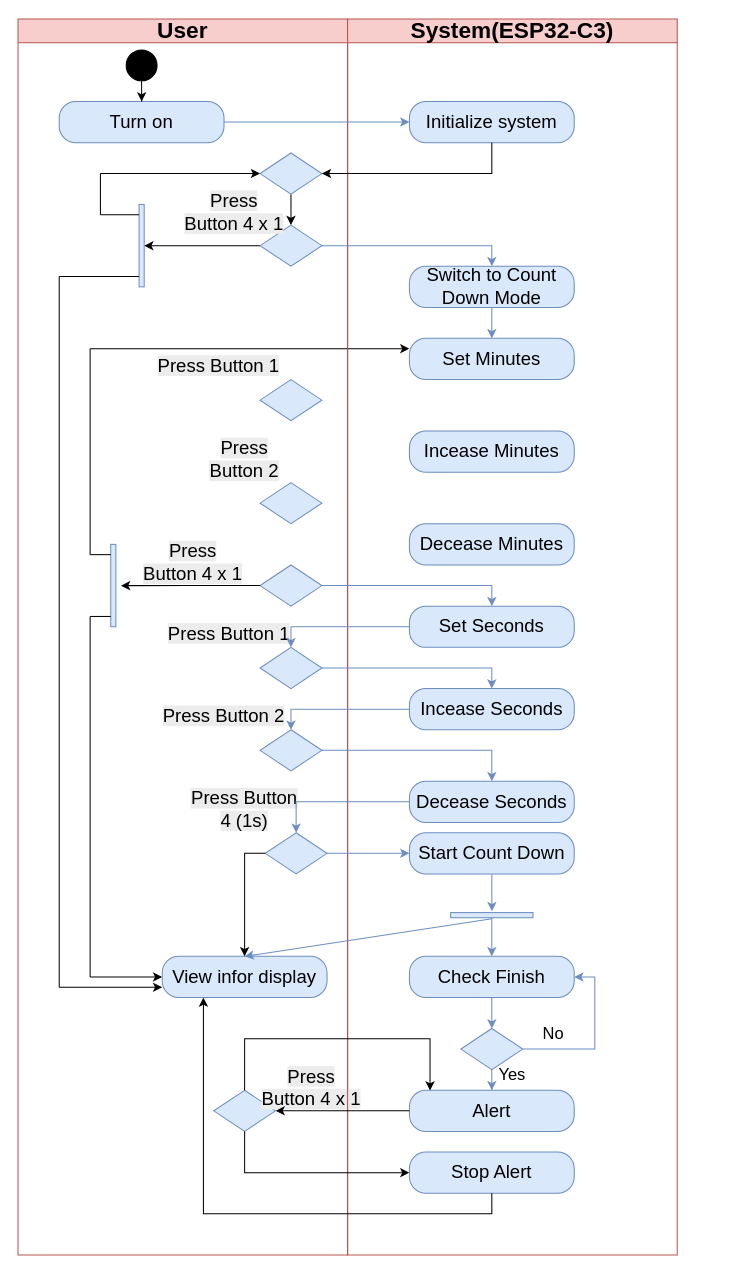
Above: page "Activity Count Down Diagram" (12 of 17) of UML.drawio in 106210049/CK_RTOS (draw.io), before the change. Source tidied: cells renumbered, new cells numbered last; positions are measured from the earlier drawing's top-left corner, leaving out a move shared by most shapes. Both pictures are drawn from the tidied source at 103%, with x=0, y=0 at pixel (18, 19).
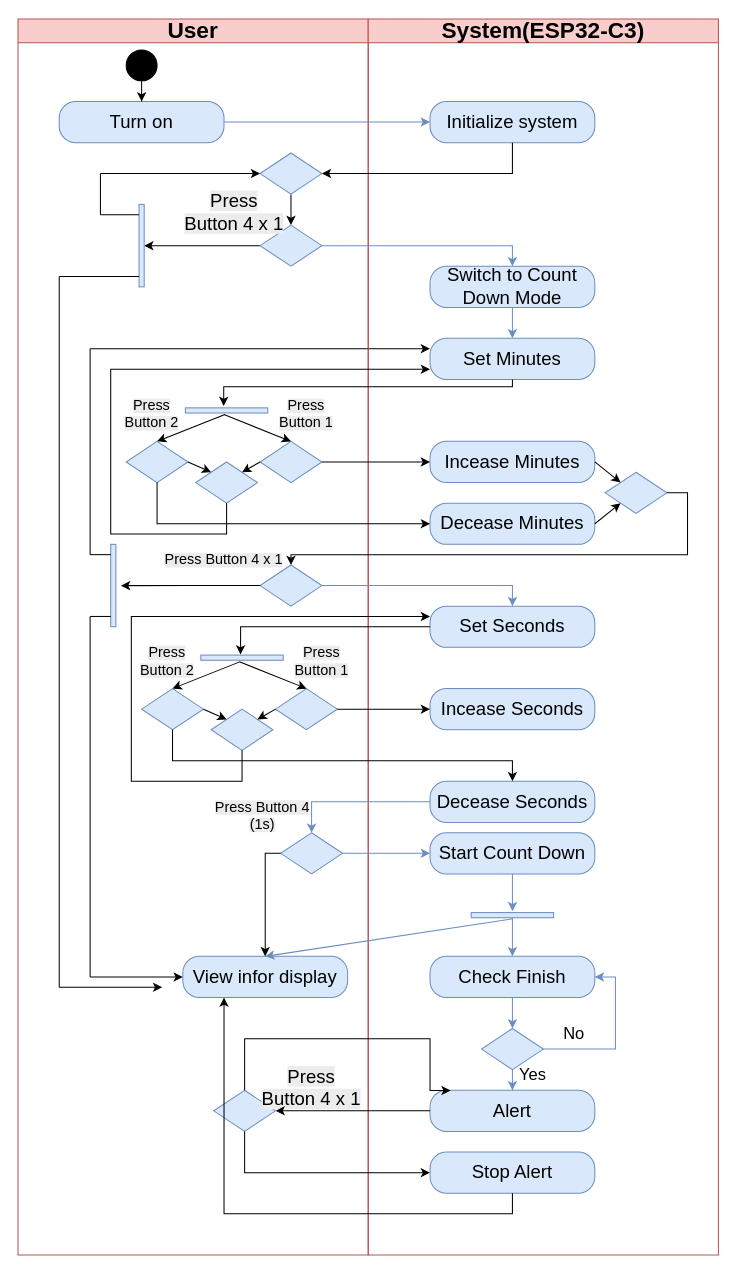
The same diagram, later.

The change refers to these unchanged cells:
```xml
<mxCell id="13" style="rhombus;whiteSpace=wrap;html=1;fillColor=#dae8fc;strokeColor=#6c8ebf;fontSize=18;" parent="2" vertex="1">
  <mxGeometry x="235" y="530" width="60" height="40" as="geometry" />
</mxCell>
<mxCell id="44" value="View infor display" style="rounded=1;whiteSpace=wrap;html=1;arcSize=40;fillColor=#dae8fc;strokeColor=#6c8ebf;fontSize=18;" parent="40" vertex="1">
  <mxGeometry x="-180" y="910" width="160" height="40" as="geometry" />
</mxCell>
<mxCell id="46" value="&lt;font&gt;Set Seconds&lt;/font&gt;" style="rounded=1;whiteSpace=wrap;html=1;arcSize=40;fillColor=#dae8fc;strokeColor=#6c8ebf;fontSize=18;" parent="40" vertex="1">
  <mxGeometry x="60" y="570" width="160" height="40" as="geometry" />
</mxCell>
<mxCell id="47" value="&lt;font&gt;Incease Seconds&lt;/font&gt;" style="rounded=1;whiteSpace=wrap;html=1;arcSize=40;fillColor=#dae8fc;strokeColor=#6c8ebf;fontSize=18;" parent="40" vertex="1">
  <mxGeometry x="60" y="650" width="160" height="40" as="geometry" />
</mxCell>
<mxCell id="48" value="&lt;font&gt;Decease Seconds&lt;/font&gt;" style="rounded=1;whiteSpace=wrap;html=1;arcSize=40;fillColor=#dae8fc;strokeColor=#6c8ebf;fontSize=18;" parent="40" vertex="1">
  <mxGeometry x="60" y="740" width="160" height="40" as="geometry" />
</mxCell>
<mxCell id="64" value="&lt;font&gt;Set Minutes&lt;/font&gt;" style="rounded=1;whiteSpace=wrap;html=1;arcSize=40;fillColor=#dae8fc;strokeColor=#6c8ebf;fontSize=18;" parent="40" vertex="1">
  <mxGeometry x="60" y="310" width="160" height="40" as="geometry" />
</mxCell>
```

The edit, as a diff of the source:
```diff
@@
     <mxCell id="2" value="&lt;font style=&quot;font-size: 22px;&quot;&gt;User&lt;/font&gt;" style="swimlane;whiteSpace=wrap;html=1;fillColor=#f8cecc;strokeColor=#b85450;" parent="1" vertex="1">
-      <mxGeometry width="320" height="1200" as="geometry" />
+      <mxGeometry width="340" height="1200" as="geometry" />
     </mxCell>
@@
     <mxCell id="9" style="rhombus;whiteSpace=wrap;html=1;fillColor=#dae8fc;strokeColor=#6c8ebf;fontSize=18;" parent="2" vertex="1">
-      <mxGeometry x="235" y="350" width="60" height="40" as="geometry" />
+      <mxGeometry x="105" y="410" width="60" height="40" as="geometry" />
     </mxCell>
-    <mxCell id="10" value="&lt;span style=&quot;color: rgb(0, 0, 0); font-family: Helvetica; font-size: 18px; font-style: normal; font-variant-ligatures: normal; font-variant-caps: normal; font-weight: 400; letter-spacing: normal; orphans: 2; text-indent: 0px; text-transform: none; widows: 2; word-spacing: 0px; -webkit-text-stroke-width: 0px; white-space: normal; background-color: rgb(236, 236, 236); text-decoration-thickness: initial; text-decoration-style: initial; text-decoration-color: initial; float: none; display: inline !important;&quot;&gt;Press Button 1&lt;/span&gt;" style="text;whiteSpace=wrap;html=1;align=center;" parent="2" vertex="1">
-      <mxGeometry x="130" y="320" width="130" height="40" as="geometry" />
-    </mxCell>
     <mxCell id="11" style="rhombus;whiteSpace=wrap;html=1;fillColor=#dae8fc;strokeColor=#6c8ebf;fontSize=18;" parent="2" vertex="1">
-      <mxGeometry x="235" y="450" width="60" height="40" as="geometry" />
+      <mxGeometry x="235" y="410" width="60" height="40" as="geometry" />
     </mxCell>
-    <mxCell id="12" value="&lt;span style=&quot;color: rgb(0, 0, 0); font-family: Helvetica; font-size: 18px; font-style: normal; font-variant-ligatures: normal; font-variant-caps: normal; font-weight: 400; letter-spacing: normal; orphans: 2; text-indent: 0px; text-transform: none; widows: 2; word-spacing: 0px; -webkit-text-stroke-width: 0px; white-space: normal; background-color: rgb(236, 236, 236); text-decoration-thickness: initial; text-decoration-style: initial; text-decoration-color: initial; float: none; display: inline !important;&quot;&gt;Press Button 2&lt;/span&gt;" style="text;whiteSpace=wrap;html=1;align=center;" parent="2" vertex="1">
-      <mxGeometry x="170" y="400" width="100" height="60" as="geometry" />
-    </mxCell>
@@
-    <mxCell id="14" value="&lt;span style=&quot;color: rgb(0, 0, 0); font-family: Helvetica; font-size: 18px; font-style: normal; font-variant-ligatures: normal; font-variant-caps: normal; font-weight: 400; letter-spacing: normal; orphans: 2; text-indent: 0px; text-transform: none; widows: 2; word-spacing: 0px; -webkit-text-stroke-width: 0px; white-space: normal; background-color: rgb(236, 236, 236); text-decoration-thickness: initial; text-decoration-style: initial; text-decoration-color: initial; float: none; display: inline !important;&quot;&gt;Press Button 4 x 1&lt;/span&gt;" style="text;whiteSpace=wrap;html=1;align=center;" parent="2" vertex="1">
-      <mxGeometry x="120" y="500" width="100" height="40" as="geometry" />
+    <mxCell id="14" value="&lt;span style=&quot;color: rgb(0, 0, 0); font-family: Helvetica; font-style: normal; font-variant-ligatures: normal; font-variant-caps: normal; font-weight: 400; letter-spacing: normal; orphans: 2; text-indent: 0px; text-transform: none; widows: 2; word-spacing: 0px; -webkit-text-stroke-width: 0px; white-space: normal; background-color: rgb(236, 236, 236); text-decoration-thickness: initial; text-decoration-style: initial; text-decoration-color: initial; float: none; display: inline !important;&quot;&gt;&lt;font style=&quot;font-size: 14px;&quot;&gt;Press Button 4 x 1&lt;/font&gt;&lt;/span&gt;" style="text;whiteSpace=wrap;html=1;align=center;" parent="2" vertex="1">
+      <mxGeometry x="140" y="510" width="120" height="30" as="geometry" />
     </mxCell>
-    <mxCell id="15" style="rhombus;whiteSpace=wrap;html=1;fillColor=#dae8fc;strokeColor=#6c8ebf;fontSize=18;" parent="2" vertex="1">
-      <mxGeometry x="235" y="610" width="60" height="40" as="geometry" />
-    </mxCell>
-    <mxCell id="16" value="&lt;span style=&quot;color: rgb(0, 0, 0); font-family: Helvetica; font-size: 18px; font-style: normal; font-variant-ligatures: normal; font-variant-caps: normal; font-weight: 400; letter-spacing: normal; orphans: 2; text-indent: 0px; text-transform: none; widows: 2; word-spacing: 0px; -webkit-text-stroke-width: 0px; white-space: normal; background-color: rgb(236, 236, 236); text-decoration-thickness: initial; text-decoration-style: initial; text-decoration-color: initial; float: none; display: inline !important;&quot;&gt;Press Button 1&lt;/span&gt;" style="text;whiteSpace=wrap;html=1;align=center;" parent="2" vertex="1">
-      <mxGeometry x="135" y="580" width="140" height="40" as="geometry" />
-    </mxCell>
-    <mxCell id="17" style="rhombus;whiteSpace=wrap;html=1;fillColor=#dae8fc;strokeColor=#6c8ebf;fontSize=18;" parent="2" vertex="1">
-      <mxGeometry x="235" y="690" width="60" height="40" as="geometry" />
-    </mxCell>
-    <mxCell id="18" value="&lt;span style=&quot;color: rgb(0, 0, 0); font-family: Helvetica; font-size: 18px; font-style: normal; font-variant-ligatures: normal; font-variant-caps: normal; font-weight: 400; letter-spacing: normal; orphans: 2; text-indent: 0px; text-transform: none; widows: 2; word-spacing: 0px; -webkit-text-stroke-width: 0px; white-space: normal; background-color: rgb(236, 236, 236); text-decoration-thickness: initial; text-decoration-style: initial; text-decoration-color: initial; float: none; display: inline !important;&quot;&gt;Press Button 2&lt;/span&gt;" style="text;whiteSpace=wrap;html=1;align=center;" parent="2" vertex="1">
-      <mxGeometry x="130" y="660" width="140" height="40" as="geometry" />
-    </mxCell>
     <mxCell id="19" style="rhombus;whiteSpace=wrap;html=1;fillColor=#dae8fc;strokeColor=#6c8ebf;fontSize=18;" parent="2" vertex="1">
-      <mxGeometry x="240" y="790" width="60" height="40" as="geometry" />
+      <mxGeometry x="255" y="790" width="60" height="40" as="geometry" />
     </mxCell>
-    <mxCell id="20" value="&lt;span style=&quot;color: rgb(0, 0, 0); font-family: Helvetica; font-size: 18px; font-style: normal; font-variant-ligatures: normal; font-variant-caps: normal; font-weight: 400; letter-spacing: normal; orphans: 2; text-indent: 0px; text-transform: none; widows: 2; word-spacing: 0px; -webkit-text-stroke-width: 0px; white-space: normal; background-color: rgb(236, 236, 236); text-decoration-thickness: initial; text-decoration-style: initial; text-decoration-color: initial; float: none; display: inline !important;&quot;&gt;Press Button 4 (1s)&lt;/span&gt;" style="text;whiteSpace=wrap;html=1;align=center;" parent="2" vertex="1">
-      <mxGeometry x="160" y="740" width="120" height="50" as="geometry" />
+    <mxCell id="20" value="&lt;span style=&quot;color: rgb(0, 0, 0); font-family: Helvetica; font-style: normal; font-variant-ligatures: normal; font-variant-caps: normal; font-weight: 400; letter-spacing: normal; orphans: 2; text-indent: 0px; text-transform: none; widows: 2; word-spacing: 0px; -webkit-text-stroke-width: 0px; white-space: normal; background-color: rgb(236, 236, 236); text-decoration-thickness: initial; text-decoration-style: initial; text-decoration-color: initial; float: none; display: inline !important;&quot;&gt;&lt;font style=&quot;font-size: 14px;&quot;&gt;Press Button 4 (1s)&lt;/font&gt;&lt;/span&gt;" style="text;whiteSpace=wrap;html=1;align=center;" parent="2" vertex="1">
+      <mxGeometry x="190" y="750" width="95" height="50" as="geometry" />
     </mxCell>
@@
+    <mxCell id="80" style="html=1;points=[];perimeter=orthogonalPerimeter;fillColor=#dae8fc;rotation=90;strokeColor=#6c8ebf;" parent="2" vertex="1">
+      <mxGeometry x="200" y="340" width="5" height="80" as="geometry" />
+    </mxCell>
+    <mxCell id="81" style="endArrow=classic;html=1;rounded=0;exitX=1.322;exitY=0.528;exitDx=0;exitDy=0;exitPerimeter=0;entryX=0.5;entryY=0;entryDx=0;entryDy=0;" parent="2" edge="1" source="80" target="9">
+      <mxGeometry relative="1" as="geometry" />
+    </mxCell>
+    <mxCell id="82" style="endArrow=classic;html=1;rounded=0;exitX=1.3;exitY=0.532;exitDx=0;exitDy=0;exitPerimeter=0;entryX=0.5;entryY=0;entryDx=0;entryDy=0;" parent="2" edge="1" source="80" target="11">
+      <mxGeometry relative="1" as="geometry" />
+    </mxCell>
+    <mxCell id="12" value="&lt;span style=&quot;color: rgb(0, 0, 0); font-family: Helvetica; font-style: normal; font-variant-ligatures: normal; font-variant-caps: normal; font-weight: 400; letter-spacing: normal; orphans: 2; text-indent: 0px; text-transform: none; widows: 2; word-spacing: 0px; -webkit-text-stroke-width: 0px; white-space: normal; background-color: rgb(236, 236, 236); text-decoration-thickness: initial; text-decoration-style: initial; text-decoration-color: initial; float: none; display: inline !important;&quot;&gt;&lt;font style=&quot;font-size: 14px;&quot;&gt;Press Button 2&lt;/font&gt;&lt;/span&gt;" style="text;whiteSpace=wrap;html=1;align=center;" parent="2" vertex="1">
+      <mxGeometry x="95" y="360" width="70" height="40" as="geometry" />
+    </mxCell>
+    <mxCell id="10" value="&lt;span style=&quot;color: rgb(0, 0, 0); font-family: Helvetica; font-style: normal; font-variant-ligatures: normal; font-variant-caps: normal; font-weight: 400; letter-spacing: normal; orphans: 2; text-indent: 0px; text-transform: none; widows: 2; word-spacing: 0px; -webkit-text-stroke-width: 0px; white-space: normal; background-color: rgb(236, 236, 236); text-decoration-thickness: initial; text-decoration-style: initial; text-decoration-color: initial; float: none; display: inline !important;&quot;&gt;&lt;font style=&quot;font-size: 14px;&quot;&gt;Press Button 1&lt;/font&gt;&lt;/span&gt;" style="text;whiteSpace=wrap;html=1;align=center;" parent="2" vertex="1">
+      <mxGeometry x="245" y="360" width="70" height="40" as="geometry" />
+    </mxCell>
+    <mxCell id="83" style="rhombus;whiteSpace=wrap;html=1;fillColor=#dae8fc;strokeColor=#6c8ebf;fontSize=18;" parent="2" vertex="1">
+      <mxGeometry x="172.5" y="430" width="60" height="40" as="geometry" />
+    </mxCell>
+    <mxCell id="84" style="endArrow=classic;html=1;rounded=0;exitX=1;exitY=0.5;exitDx=0;exitDy=0;entryX=0;entryY=0;entryDx=0;entryDy=0;" parent="2" edge="1" source="9" target="83">
+      <mxGeometry relative="1" as="geometry" />
+    </mxCell>
+    <mxCell id="85" style="endArrow=classic;html=1;rounded=0;exitX=0;exitY=0.5;exitDx=0;exitDy=0;entryX=1;entryY=0;entryDx=0;entryDy=0;" parent="2" edge="1" source="11" target="83">
+      <mxGeometry relative="1" as="geometry" />
+    </mxCell>
+    <mxCell id="86" style="rhombus;whiteSpace=wrap;html=1;fillColor=#dae8fc;strokeColor=#6c8ebf;fontSize=18;" parent="2" vertex="1">
+      <mxGeometry x="120" y="650" width="60" height="40" as="geometry" />
+    </mxCell>
+    <mxCell id="87" style="rhombus;whiteSpace=wrap;html=1;fillColor=#dae8fc;strokeColor=#6c8ebf;fontSize=18;" parent="2" vertex="1">
+      <mxGeometry x="250" y="650" width="60" height="40" as="geometry" />
+    </mxCell>
+    <mxCell id="88" style="html=1;points=[];perimeter=orthogonalPerimeter;fillColor=#dae8fc;rotation=90;strokeColor=#6c8ebf;" parent="2" vertex="1">
+      <mxGeometry x="215" y="580" width="5" height="80" as="geometry" />
+    </mxCell>
+    <mxCell id="89" style="endArrow=classic;html=1;rounded=0;exitX=1.322;exitY=0.528;exitDx=0;exitDy=0;exitPerimeter=0;entryX=0.5;entryY=0;entryDx=0;entryDy=0;" parent="2" edge="1" source="88" target="86">
+      <mxGeometry relative="1" as="geometry" />
+    </mxCell>
+    <mxCell id="90" style="endArrow=classic;html=1;rounded=0;exitX=1.3;exitY=0.532;exitDx=0;exitDy=0;exitPerimeter=0;entryX=0.5;entryY=0;entryDx=0;entryDy=0;" parent="2" edge="1" source="88" target="87">
+      <mxGeometry relative="1" as="geometry" />
+    </mxCell>
+    <mxCell id="18" value="&lt;span style=&quot;color: rgb(0, 0, 0); font-family: Helvetica; font-style: normal; font-variant-ligatures: normal; font-variant-caps: normal; font-weight: 400; letter-spacing: normal; orphans: 2; text-indent: 0px; text-transform: none; widows: 2; word-spacing: 0px; -webkit-text-stroke-width: 0px; white-space: normal; background-color: rgb(236, 236, 236); text-decoration-thickness: initial; text-decoration-style: initial; text-decoration-color: initial; float: none; display: inline !important;&quot;&gt;&lt;font style=&quot;font-size: 14px;&quot;&gt;Press Button 2&lt;/font&gt;&lt;/span&gt;" style="text;whiteSpace=wrap;html=1;align=center;" parent="2" vertex="1">
+      <mxGeometry x="110" y="600" width="70" height="40" as="geometry" />
+    </mxCell>
+    <mxCell id="16" value="&lt;span style=&quot;color: rgb(0, 0, 0); font-family: Helvetica; font-style: normal; font-variant-ligatures: normal; font-variant-caps: normal; font-weight: 400; letter-spacing: normal; orphans: 2; text-indent: 0px; text-transform: none; widows: 2; word-spacing: 0px; -webkit-text-stroke-width: 0px; white-space: normal; background-color: rgb(236, 236, 236); text-decoration-thickness: initial; text-decoration-style: initial; text-decoration-color: initial; float: none; display: inline !important;&quot;&gt;&lt;font style=&quot;font-size: 14px;&quot;&gt;Press Button 1&lt;/font&gt;&lt;/span&gt;" style="text;whiteSpace=wrap;html=1;align=center;" parent="2" vertex="1">
+      <mxGeometry x="260" y="600" width="70" height="40" as="geometry" />
+    </mxCell>
+    <mxCell id="91" style="rhombus;whiteSpace=wrap;html=1;fillColor=#dae8fc;strokeColor=#6c8ebf;fontSize=18;" parent="2" vertex="1">
+      <mxGeometry x="187.5" y="670" width="60" height="40" as="geometry" />
+    </mxCell>
+    <mxCell id="92" style="endArrow=classic;html=1;rounded=0;exitX=1;exitY=0.5;exitDx=0;exitDy=0;entryX=0;entryY=0;entryDx=0;entryDy=0;" parent="2" edge="1" source="86" target="91">
+      <mxGeometry relative="1" as="geometry" />
+    </mxCell>
+    <mxCell id="93" style="endArrow=classic;html=1;rounded=0;exitX=0;exitY=0.5;exitDx=0;exitDy=0;entryX=1;entryY=0;entryDx=0;entryDy=0;" parent="2" edge="1" source="87" target="91">
+      <mxGeometry relative="1" as="geometry" />
+    </mxCell>
     <mxCell id="40" value="&lt;font style=&quot;font-size: 22px;&quot;&gt;System(ESP32-C3)&lt;/font&gt;" style="swimlane;whiteSpace=wrap;html=1;fillColor=#f8cecc;strokeColor=#b85450;" parent="1" vertex="1">
-      <mxGeometry x="320" width="320" height="1200" as="geometry" />
+      <mxGeometry x="340" width="340" height="1200" as="geometry" />
     </mxCell>
@@
     <mxCell id="45" value="&lt;font&gt;Decease Minutes&lt;/font&gt;" style="rounded=1;whiteSpace=wrap;html=1;arcSize=40;fillColor=#dae8fc;strokeColor=#6c8ebf;fontSize=18;" parent="40" vertex="1">
-      <mxGeometry x="60" y="490" width="160" height="40" as="geometry" />
+      <mxGeometry x="60" y="470" width="160" height="40" as="geometry" />
     </mxCell>
@@
     <mxCell id="63" value="&lt;font&gt;Incease Minutes&lt;/font&gt;" style="rounded=1;whiteSpace=wrap;html=1;arcSize=40;fillColor=#dae8fc;strokeColor=#6c8ebf;fontSize=18;" parent="40" vertex="1">
-      <mxGeometry x="60" y="400" width="160" height="40" as="geometry" />
+      <mxGeometry x="60" y="410" width="160" height="40" as="geometry" />
     </mxCell>
@@
+    <mxCell id="94" style="rhombus;whiteSpace=wrap;html=1;fillColor=#dae8fc;strokeColor=#6c8ebf;fontSize=18;" parent="40" vertex="1">
+      <mxGeometry x="230" y="440" width="60" height="40" as="geometry" />
+    </mxCell>
+    <mxCell id="95" style="endArrow=classic;html=1;rounded=0;entryX=0;entryY=0;entryDx=0;entryDy=0;" parent="40" edge="1" target="94">
+      <mxGeometry relative="1" as="geometry">
+        <mxPoint x="220" y="430" as="sourcePoint" />
+      </mxGeometry>
+    </mxCell>
+    <mxCell id="96" style="endArrow=classic;html=1;rounded=0;exitX=1;exitY=0.5;exitDx=0;exitDy=0;entryX=0;entryY=1;entryDx=0;entryDy=0;" parent="40" edge="1" source="45" target="94">
+      <mxGeometry relative="1" as="geometry" />
+    </mxCell>
@@
-    <mxCell id="69" style="edgeStyle=orthogonalEdgeStyle;rounded=0;jettySize=auto;html=1;entryX=0.5;entryY=0;entryDx=0;entryDy=0;fillColor=#dae8fc;strokeColor=#6c8ebf;" parent="1" edge="1" source="46" target="15">
-      <mxGeometry relative="1" as="geometry" />
-    </mxCell>
-    <mxCell id="70" style="edgeStyle=orthogonalEdgeStyle;rounded=0;jettySize=auto;html=1;exitX=1;exitY=0.5;exitDx=0;exitDy=0;entryX=0.5;entryY=0;entryDx=0;entryDy=0;fillColor=#dae8fc;strokeColor=#6c8ebf;" parent="1" edge="1" source="15" target="47">
-      <mxGeometry relative="1" as="geometry" />
-    </mxCell>
-    <mxCell id="71" style="edgeStyle=orthogonalEdgeStyle;rounded=0;jettySize=auto;html=1;exitX=1;exitY=0.5;exitDx=0;exitDy=0;entryX=0.5;entryY=0;entryDx=0;entryDy=0;fillColor=#dae8fc;strokeColor=#6c8ebf;" parent="1" edge="1" source="17" target="48">
-      <mxGeometry relative="1" as="geometry" />
-    </mxCell>
-    <mxCell id="72" style="edgeStyle=orthogonalEdgeStyle;rounded=0;jettySize=auto;html=1;entryX=0.5;entryY=0;entryDx=0;entryDy=0;fillColor=#dae8fc;strokeColor=#6c8ebf;" parent="1" edge="1" source="47" target="17">
-      <mxGeometry relative="1" as="geometry" />
-    </mxCell>
@@
     <mxCell id="78" style="edgeStyle=orthogonalEdgeStyle;rounded=0;jettySize=auto;html=1;exitX=0;exitY=0.5;exitDx=0;exitDy=0;entryX=0.5;entryY=0;entryDx=0;entryDy=0;" parent="1" edge="1" source="19" target="44">
-      <mxGeometry relative="1" as="geometry" />
+      <mxGeometry relative="1" as="geometry">
+        <Array as="points">
+          <mxPoint x="240" y="810" />
+        </Array>
+      </mxGeometry>
     </mxCell>
@@
+    <mxCell id="97" style="edgeStyle=orthogonalEdgeStyle;rounded=0;jettySize=auto;html=1;exitX=0.5;exitY=1;exitDx=0;exitDy=0;entryX=-0.344;entryY=0.535;entryDx=0;entryDy=0;entryPerimeter=0;" parent="1" edge="1" source="64" target="80">
+      <mxGeometry relative="1" as="geometry">
+        <Array as="points">
+          <mxPoint x="480" y="357" />
+          <mxPoint x="200" y="357" />
+        </Array>
+      </mxGeometry>
+    </mxCell>
+    <mxCell id="98" style="edgeStyle=orthogonalEdgeStyle;rounded=0;jettySize=auto;html=1;exitX=1;exitY=0.5;exitDx=0;exitDy=0;entryX=0;entryY=0.5;entryDx=0;entryDy=0;" parent="1" edge="1" source="11" target="63">
+      <mxGeometry relative="1" as="geometry" />
+    </mxCell>
+    <mxCell id="99" style="edgeStyle=orthogonalEdgeStyle;rounded=0;jettySize=auto;html=1;exitX=1;exitY=0.5;exitDx=0;exitDy=0;entryX=0.5;entryY=0;entryDx=0;entryDy=0;" parent="1" edge="1" source="94" target="13">
+      <mxGeometry relative="1" as="geometry">
+        <Array as="points">
+          <mxPoint x="650" y="460" />
+          <mxPoint x="650" y="520" />
+          <mxPoint x="265" y="520" />
+        </Array>
+      </mxGeometry>
+    </mxCell>
+    <mxCell id="100" style="edgeStyle=orthogonalEdgeStyle;rounded=0;jettySize=auto;html=1;exitX=0.5;exitY=1;exitDx=0;exitDy=0;entryX=0;entryY=0.5;entryDx=0;entryDy=0;" parent="1" edge="1" source="9" target="45">
+      <mxGeometry relative="1" as="geometry" />
+    </mxCell>
+    <mxCell id="101" style="edgeStyle=orthogonalEdgeStyle;rounded=0;jettySize=auto;html=1;exitX=0.5;exitY=1;exitDx=0;exitDy=0;entryX=0;entryY=0.75;entryDx=0;entryDy=0;" parent="1" edge="1" source="83" target="64">
+      <mxGeometry relative="1" as="geometry">
+        <Array as="points">
+          <mxPoint x="203" y="500" />
+          <mxPoint x="90" y="500" />
+          <mxPoint x="90" y="340" />
+        </Array>
+      </mxGeometry>
+    </mxCell>
+    <mxCell id="102" style="edgeStyle=orthogonalEdgeStyle;rounded=0;jettySize=auto;html=1;exitX=1;exitY=0.5;exitDx=0;exitDy=0;entryX=0;entryY=0.5;entryDx=0;entryDy=0;" parent="1" edge="1" source="87" target="47">
+      <mxGeometry relative="1" as="geometry" />
+    </mxCell>
+    <mxCell id="103" style="edgeStyle=orthogonalEdgeStyle;rounded=0;jettySize=auto;html=1;exitX=0.5;exitY=1;exitDx=0;exitDy=0;entryX=0.5;entryY=0;entryDx=0;entryDy=0;" parent="1" edge="1" source="86" target="48">
+      <mxGeometry relative="1" as="geometry">
+        <Array as="points">
+          <mxPoint x="150" y="720" />
+          <mxPoint x="480" y="720" />
+        </Array>
+      </mxGeometry>
+    </mxCell>
+    <mxCell id="104" style="edgeStyle=orthogonalEdgeStyle;rounded=0;jettySize=auto;html=1;exitX=0;exitY=0.5;exitDx=0;exitDy=0;entryX=-0.095;entryY=0.518;entryDx=0;entryDy=0;entryPerimeter=0;" parent="1" edge="1" source="46" target="88">
+      <mxGeometry relative="1" as="geometry" />
+    </mxCell>
+    <mxCell id="105" style="edgeStyle=orthogonalEdgeStyle;rounded=0;jettySize=auto;html=1;exitX=0.5;exitY=1;exitDx=0;exitDy=0;entryX=0;entryY=0.25;entryDx=0;entryDy=0;" parent="1" edge="1" source="91" target="46">
+      <mxGeometry relative="1" as="geometry">
+        <Array as="points">
+          <mxPoint x="217" y="740" />
+          <mxPoint x="110" y="740" />
+          <mxPoint x="110" y="580" />
+        </Array>
+      </mxGeometry>
+    </mxCell>
```
